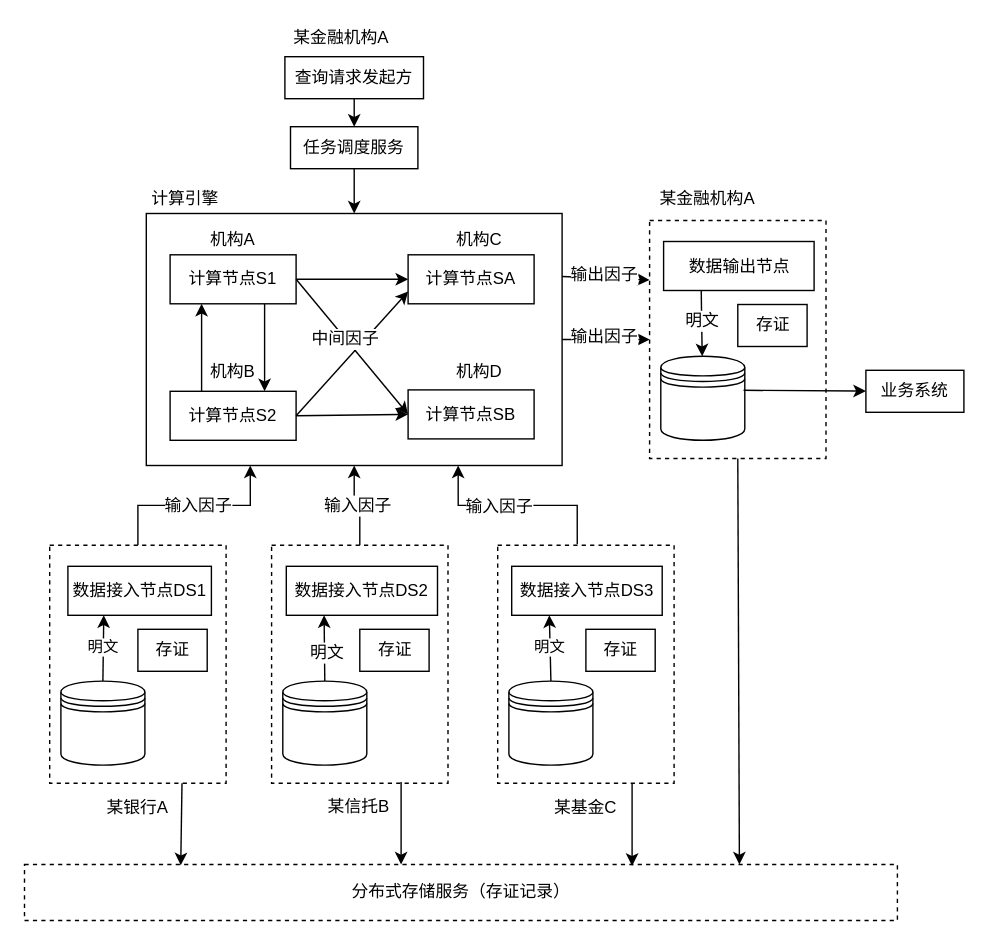
This is qi1.drawio from yankaili2006/drawing_io, a draw.io file, before an edit. Source tidied: cells renumbered, new cells numbered last; positions are measured from the earlier drawing's top-left corner, leaving out a move shared by most shapes. Both pictures are drawn from the tidied source at 140%, with x=0, y=0 at pixel (24, 24).
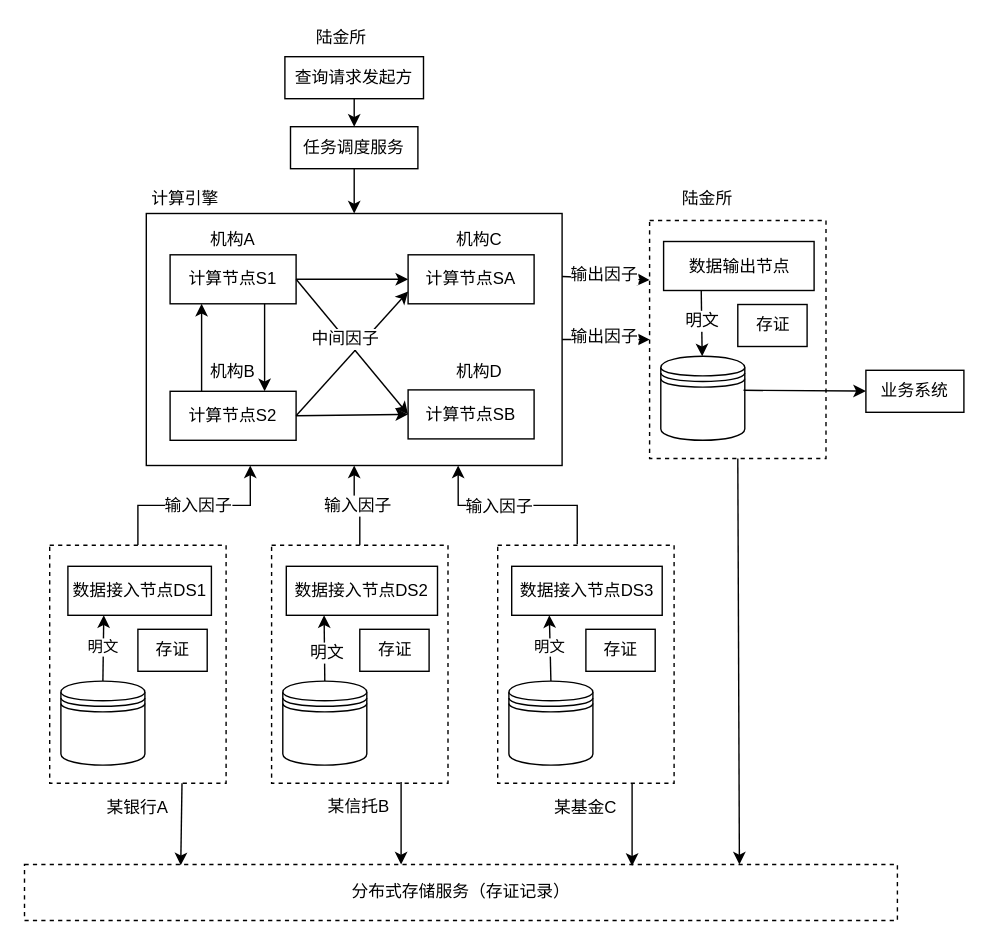
Above is the later version.

The edit, as a diff of the source:
```diff
@@
-    <mxCell id="49" value="某金融机构A" style="text;html=1;strokeColor=none;fillColor=none;align=center;verticalAlign=middle;whiteSpace=wrap;rounded=0;" parent="1" vertex="1">
+    <mxCell id="49" value="陆金所" style="text;html=1;strokeColor=none;fillColor=none;align=center;verticalAlign=middle;whiteSpace=wrap;rounded=0;" parent="1" vertex="1">
       <mxGeometry x="187" width="79.2" height="20" as="geometry" />
     </mxCell>
@@
-    <mxCell id="56" value="某金融机构A" style="text;html=1;strokeColor=none;fillColor=none;align=center;verticalAlign=middle;whiteSpace=wrap;rounded=0;" parent="1" vertex="1">
+    <mxCell id="56" value="陆金所" style="text;html=1;strokeColor=none;fillColor=none;align=center;verticalAlign=middle;whiteSpace=wrap;rounded=0;" parent="1" vertex="1">
       <mxGeometry x="446.5" y="115" width="81.8" height="20" as="geometry" />
     </mxCell>
```
